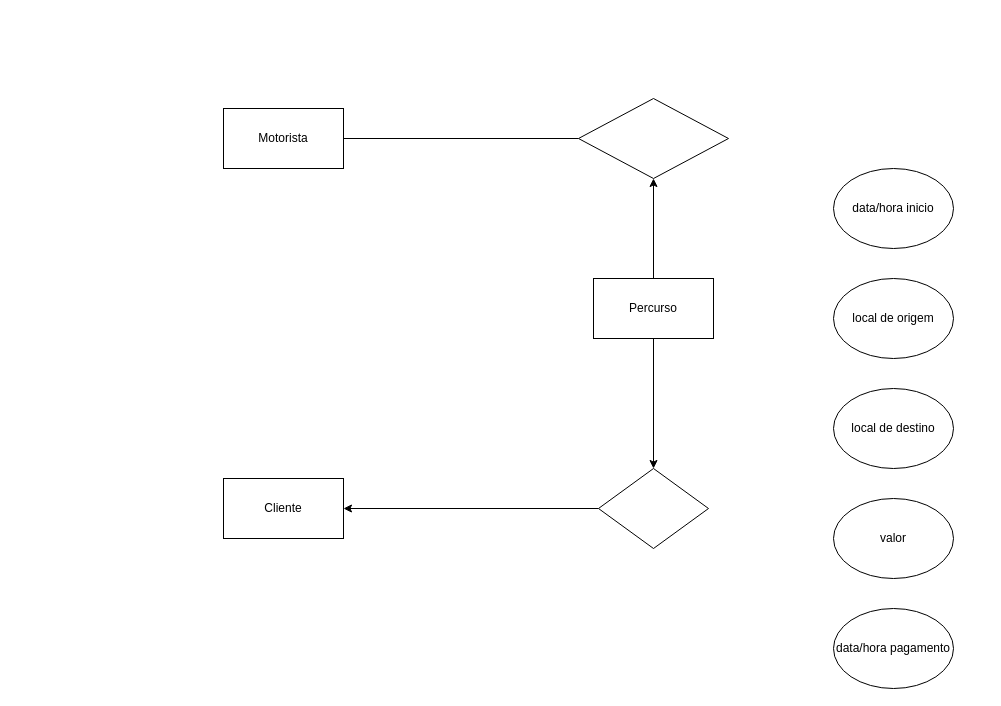
Above: Untitled Diagram.drawio in Natalie9/bes-bd-2020-3 (draw.io), before the change. Source tidied: cells renumbered, new cells numbered last; positions are measured from the earlier drawing's top-left corner, leaving out a move shared by most shapes. Both pictures are drawn from the tidied source at 100%, with x=0, y=0 at pixel (223, 98).
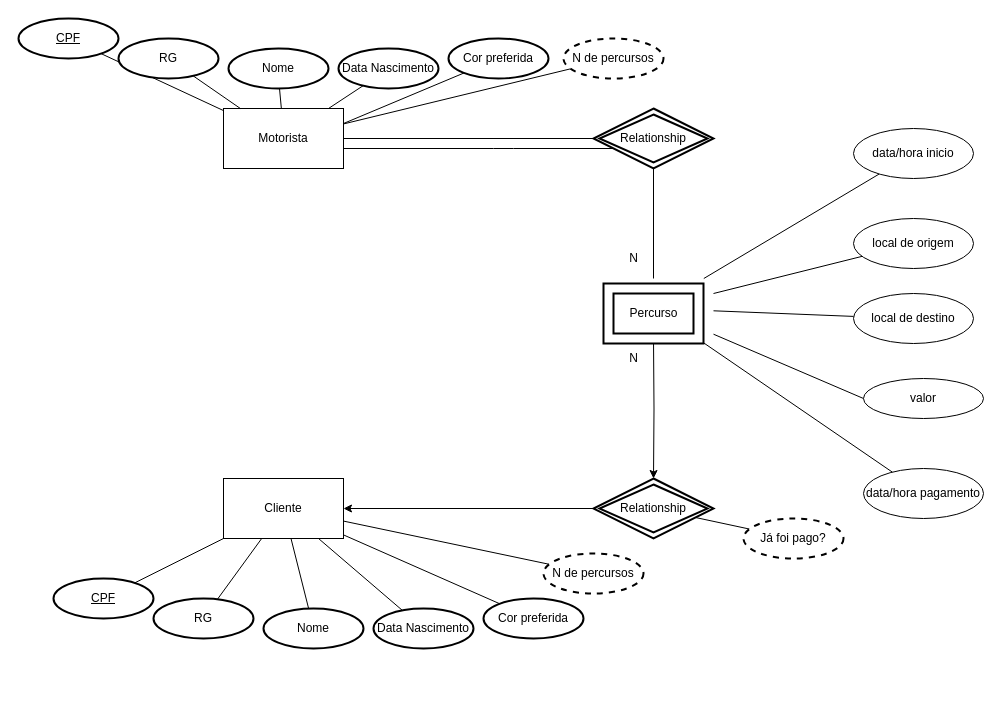
The same page after the edit.

Commit message:
BD Transporte Simples

The change refers to these unchanged cells:
```xml
<mxCell id="5" value="Motorista" style="whiteSpace=wrap;html=1;" parent="1" vertex="1">
  <mxGeometry y="10" width="120" height="60" as="geometry" />
</mxCell>
<mxCell id="6" value="Cliente" style="rounded=0;whiteSpace=wrap;html=1;" parent="1" vertex="1">
  <mxGeometry y="380" width="120" height="60" as="geometry" />
</mxCell>
```

What changed in the source:
```diff
@@
-    <mxCell id="2" style="edgeStyle=orthogonalEdgeStyle;rounded=0;jettySize=auto;html=1;" parent="1" edge="1" source="4" target="8">
-      <mxGeometry relative="1" as="geometry" />
+    <mxCell id="2" style="edgeStyle=orthogonalEdgeStyle;rounded=0;jettySize=auto;html=1;entryX=0.5;entryY=0;entryDx=0;entryDy=0;" parent="1" edge="1" target="24">
+      <mxGeometry relative="1" as="geometry">
+        <mxPoint x="430" y="240" as="sourcePoint" />
+      </mxGeometry>
     </mxCell>
-    <mxCell id="3" style="edgeStyle=orthogonalEdgeStyle;rounded=0;jettySize=auto;html=1;" parent="1" edge="1" source="4" target="15">
-      <mxGeometry relative="1" as="geometry" />
-    </mxCell>
-    <mxCell id="4" value="Percurso" style="rounded=0;whiteSpace=wrap;html=1;" parent="1" vertex="1">
-      <mxGeometry x="370" y="180" width="120" height="60" as="geometry" />
-    </mxCell>
+    <mxCell id="16" style="edgeStyle=none;jettySize=auto;html=1;endArrow=none;" parent="1" edge="1" target="13">
+      <mxGeometry relative="1" as="geometry">
+        <mxPoint x="473.8" y="240" as="sourcePoint" />
+      </mxGeometry>
+    </mxCell>
+    <mxCell id="17" style="edgeStyle=none;jettySize=auto;html=1;endArrow=none;" parent="1" edge="1" target="9">
+      <mxGeometry relative="1" as="geometry">
+        <mxPoint x="480.3" y="180" as="sourcePoint" />
+      </mxGeometry>
+    </mxCell>
+    <mxCell id="18" style="edgeStyle=none;jettySize=auto;html=1;endArrow=none;" parent="1" edge="1" target="10">
+      <mxGeometry relative="1" as="geometry">
+        <mxPoint x="490" y="195" as="sourcePoint" />
+      </mxGeometry>
+    </mxCell>
+    <mxCell id="19" style="edgeStyle=none;jettySize=auto;html=1;endArrow=none;" parent="1" edge="1" target="11">
+      <mxGeometry relative="1" as="geometry">
+        <mxPoint x="490" y="212.3" as="sourcePoint" />
+      </mxGeometry>
+    </mxCell>
+    <mxCell id="20" style="edgeStyle=none;jettySize=auto;html=1;entryX=0;entryY=0.5;entryDx=0;entryDy=0;endArrow=none;" parent="1" edge="1" target="12">
+      <mxGeometry relative="1" as="geometry">
+        <mxPoint x="490" y="235.7" as="sourcePoint" />
+      </mxGeometry>
+    </mxCell>
+    <mxCell id="21" style="edgeStyle=none;jettySize=auto;html=1;endArrow=none;" parent="1" edge="1" target="26">
+      <mxGeometry relative="1" as="geometry">
+        <mxPoint x="430" y="180" as="sourcePoint" />
+      </mxGeometry>
+    </mxCell>
+    <mxCell id="22" style="edgeStyle=none;orthogonalLoop=1;jettySize=auto;html=1;endArrow=none;" parent="1" edge="1">
+      <mxGeometry relative="1" as="geometry">
+        <mxPoint x="120" y="50" as="sourcePoint" />
+        <mxPoint x="400" y="50" as="targetPoint" />
+        <Array as="points">
+          <mxPoint x="280" y="50" />
+        </Array>
+      </mxGeometry>
+    </mxCell>
@@
-    <mxCell id="7" style="edgeStyle=orthogonalEdgeStyle;rounded=0;jettySize=auto;html=1;entryX=1;entryY=0.5;entryDx=0;entryDy=0;" parent="1" edge="1" source="8" target="6">
+    <mxCell id="7" style="edgeStyle=orthogonalEdgeStyle;rounded=0;jettySize=auto;html=1;entryX=1;entryY=0.5;entryDx=0;entryDy=0;exitX=0;exitY=0.5;exitDx=0;exitDy=0;" parent="1" edge="1" source="24" target="6">
       <mxGeometry relative="1" as="geometry" />
     </mxCell>
-    <mxCell id="8" style="rhombus;whiteSpace=wrap;html=1;" parent="1" vertex="1">
-      <mxGeometry x="375" y="370" width="110" height="80" as="geometry" />
-    </mxCell>
     <mxCell id="9" value="data/hora inicio" style="ellipse;whiteSpace=wrap;html=1;" parent="1" vertex="1">
-      <mxGeometry x="610" y="70" width="120" height="80" as="geometry" />
+      <mxGeometry x="630" y="30" width="120" height="50" as="geometry" />
     </mxCell>
     <mxCell id="10" value="local de origem&lt;br&gt;" style="ellipse;whiteSpace=wrap;html=1;" parent="1" vertex="1">
-      <mxGeometry x="610" y="180" width="120" height="80" as="geometry" />
+      <mxGeometry x="630" y="120" width="120" height="50" as="geometry" />
     </mxCell>
     <mxCell id="11" value="local de destino" style="ellipse;whiteSpace=wrap;html=1;" parent="1" vertex="1">
-      <mxGeometry x="610" y="290" width="120" height="80" as="geometry" />
+      <mxGeometry x="630" y="195" width="120" height="50" as="geometry" />
     </mxCell>
     <mxCell id="12" value="valor" style="ellipse;whiteSpace=wrap;html=1;" parent="1" vertex="1">
-      <mxGeometry x="610" y="400" width="120" height="80" as="geometry" />
+      <mxGeometry x="640" y="280" width="120" height="40" as="geometry" />
     </mxCell>
     <mxCell id="13" value="data/hora pagamento" style="ellipse;whiteSpace=wrap;html=1;" parent="1" vertex="1">
-      <mxGeometry x="610" y="510" width="120" height="80" as="geometry" />
+      <mxGeometry x="640" y="370" width="120" height="50" as="geometry" />
     </mxCell>
-    <mxCell id="14" style="endArrow=none;html=1;" parent="1" edge="1" source="5" target="15">
+    <mxCell id="14" style="endArrow=none;html=1;" parent="1" edge="1" source="5" target="26">
       <mxGeometry relative="1" as="geometry" />
     </mxCell>
-    <mxCell id="15" style="rhombus;whiteSpace=wrap;html=1;" parent="1" vertex="1">
-      <mxGeometry x="355" width="150" height="80" as="geometry" />
-    </mxCell>
+    <mxCell id="23" style="edgeStyle=none;jettySize=auto;html=1;endArrow=none;" parent="1" edge="1" source="24" target="49">
+      <mxGeometry relative="1" as="geometry" />
+    </mxCell>
+    <mxCell id="24" value="Relationship" style="shape=rhombus;double=1;perimeter=rhombusPerimeter;whiteSpace=wrap;html=1;align=center;shadow=0;sketch=0;strokeWidth=2;fillColor=#ffffff;" parent="1" vertex="1">
+      <mxGeometry x="370" y="380" width="120" height="60" as="geometry" />
+    </mxCell>
+    <mxCell id="25" value="N" style="text;html=1;align=center;verticalAlign=middle;" parent="1" vertex="1">
+      <mxGeometry x="400" y="250" width="20" height="20" as="geometry" />
+    </mxCell>
+    <mxCell id="26" value="Relationship" style="shape=rhombus;double=1;perimeter=rhombusPerimeter;whiteSpace=wrap;html=1;align=center;shadow=0;sketch=0;strokeWidth=2;fillColor=#ffffff;" parent="1" vertex="1">
+      <mxGeometry x="370" y="10" width="120" height="60" as="geometry" />
+    </mxCell>
+    <mxCell id="27" value="N" style="text;html=1;align=center;verticalAlign=middle;" parent="1" vertex="1">
+      <mxGeometry x="400" y="150" width="20" height="20" as="geometry" />
+    </mxCell>
+    <mxCell id="28" style="verticalLabelPosition=bottom;verticalAlign=top;html=1;shape=mxgraph.basic.frame;dx=10;shadow=0;sketch=0;strokeWidth=2;fillColor=#ffffff;" parent="1" vertex="1">
+      <mxGeometry x="380" y="185" width="100" height="60" as="geometry" />
+    </mxCell>
+    <mxCell id="4" value="Percurso" style="text;html=1;align=center;verticalAlign=middle;points=[];" parent="1" vertex="1">
+      <mxGeometry x="400" y="205" width="60" height="20" as="geometry" />
+    </mxCell>
+    <mxCell id="29" style="edgeStyle=none;jettySize=auto;html=1;endArrow=none;" parent="1" edge="1" source="30" target="6">
+      <mxGeometry relative="1" as="geometry" />
+    </mxCell>
+    <mxCell id="30" value="CPF" style="ellipse;whiteSpace=wrap;html=1;align=center;fontStyle=4;shadow=0;sketch=0;strokeWidth=2;fillColor=#ffffff;" parent="1" vertex="1">
+      <mxGeometry x="-170" y="480" width="100" height="40" as="geometry" />
+    </mxCell>
+    <mxCell id="31" style="edgeStyle=none;jettySize=auto;html=1;endArrow=none;" parent="1" edge="1" source="32" target="6">
+      <mxGeometry relative="1" as="geometry" />
+    </mxCell>
+    <mxCell id="32" value="RG" style="ellipse;whiteSpace=wrap;html=1;align=center;shadow=0;sketch=0;strokeWidth=2;fillColor=#ffffff;" parent="1" vertex="1">
+      <mxGeometry x="-70" y="500" width="100" height="40" as="geometry" />
+    </mxCell>
+    <mxCell id="33" style="edgeStyle=none;jettySize=auto;html=1;endArrow=none;" parent="1" edge="1" source="34" target="6">
+      <mxGeometry relative="1" as="geometry" />
+    </mxCell>
+    <mxCell id="34" value="Nome" style="ellipse;whiteSpace=wrap;html=1;align=center;shadow=0;sketch=0;strokeWidth=2;fillColor=#ffffff;" parent="1" vertex="1">
+      <mxGeometry x="40" y="510" width="100" height="40" as="geometry" />
+    </mxCell>
+    <mxCell id="35" style="edgeStyle=none;jettySize=auto;html=1;endArrow=none;" parent="1" edge="1" source="36" target="6">
+      <mxGeometry relative="1" as="geometry" />
+    </mxCell>
+    <mxCell id="36" value="Data Nascimento" style="ellipse;whiteSpace=wrap;html=1;align=center;shadow=0;sketch=0;strokeWidth=2;fillColor=#ffffff;" parent="1" vertex="1">
+      <mxGeometry x="150" y="510" width="100" height="40" as="geometry" />
+    </mxCell>
+    <mxCell id="37" style="edgeStyle=none;jettySize=auto;html=1;endArrow=none;" parent="1" edge="1" source="38" target="6">
+      <mxGeometry relative="1" as="geometry" />
+    </mxCell>
+    <mxCell id="38" value="Cor preferida" style="ellipse;whiteSpace=wrap;html=1;align=center;shadow=0;sketch=0;strokeWidth=2;fillColor=#ffffff;" parent="1" vertex="1">
+      <mxGeometry x="260" y="500" width="100" height="40" as="geometry" />
+    </mxCell>
+    <mxCell id="39" style="edgeStyle=none;jettySize=auto;html=1;endArrow=none;" parent="1" edge="1" source="40" target="5">
+      <mxGeometry relative="1" as="geometry" />
+    </mxCell>
+    <mxCell id="40" value="CPF" style="ellipse;whiteSpace=wrap;html=1;align=center;fontStyle=4;shadow=0;sketch=0;strokeWidth=2;fillColor=#ffffff;" parent="1" vertex="1">
+      <mxGeometry x="-205" y="-80" width="100" height="40" as="geometry" />
+    </mxCell>
+    <mxCell id="41" style="edgeStyle=none;jettySize=auto;html=1;endArrow=none;" parent="1" edge="1" source="42" target="5">
+      <mxGeometry relative="1" as="geometry" />
+    </mxCell>
+    <mxCell id="42" value="RG" style="ellipse;whiteSpace=wrap;html=1;align=center;shadow=0;sketch=0;strokeWidth=2;fillColor=#ffffff;" parent="1" vertex="1">
+      <mxGeometry x="-105" y="-60" width="100" height="40" as="geometry" />
+    </mxCell>
+    <mxCell id="43" style="edgeStyle=none;jettySize=auto;html=1;endArrow=none;" parent="1" edge="1" source="44" target="5">
+      <mxGeometry relative="1" as="geometry" />
+    </mxCell>
+    <mxCell id="44" value="Nome" style="ellipse;whiteSpace=wrap;html=1;align=center;shadow=0;sketch=0;strokeWidth=2;fillColor=#ffffff;" parent="1" vertex="1">
+      <mxGeometry x="5" y="-50" width="100" height="40" as="geometry" />
+    </mxCell>
+    <mxCell id="45" style="edgeStyle=none;jettySize=auto;html=1;endArrow=none;" parent="1" edge="1" source="46" target="5">
+      <mxGeometry relative="1" as="geometry" />
+    </mxCell>
+    <mxCell id="46" value="Data Nascimento" style="ellipse;whiteSpace=wrap;html=1;align=center;shadow=0;sketch=0;strokeWidth=2;fillColor=#ffffff;" parent="1" vertex="1">
+      <mxGeometry x="115" y="-50" width="100" height="40" as="geometry" />
+    </mxCell>
+    <mxCell id="47" style="edgeStyle=none;jettySize=auto;html=1;entryX=1;entryY=0.25;entryDx=0;entryDy=0;endArrow=none;" parent="1" edge="1" source="48" target="5">
+      <mxGeometry relative="1" as="geometry" />
+    </mxCell>
+    <mxCell id="48" value="Cor preferida" style="ellipse;whiteSpace=wrap;html=1;align=center;shadow=0;sketch=0;strokeWidth=2;fillColor=#ffffff;" parent="1" vertex="1">
+      <mxGeometry x="225" y="-60" width="100" height="40" as="geometry" />
+    </mxCell>
+    <mxCell id="49" value="Já foi pago?" style="ellipse;whiteSpace=wrap;html=1;align=center;dashed=1;shadow=0;sketch=0;strokeWidth=2;fillColor=#ffffff;" parent="1" vertex="1">
+      <mxGeometry x="520" y="420" width="100" height="40" as="geometry" />
+    </mxCell>
+    <mxCell id="50" style="edgeStyle=none;jettySize=auto;html=1;endArrow=none;" parent="1" edge="1" source="51" target="6">
+      <mxGeometry relative="1" as="geometry" />
+    </mxCell>
+    <mxCell id="51" value="N de percursos" style="ellipse;whiteSpace=wrap;html=1;align=center;dashed=1;shadow=0;sketch=0;strokeWidth=2;fillColor=#ffffff;" parent="1" vertex="1">
+      <mxGeometry x="320" y="455" width="100" height="40" as="geometry" />
+    </mxCell>
+    <mxCell id="52" style="edgeStyle=none;jettySize=auto;html=1;endArrow=none;" parent="1" edge="1" source="53" target="5">
+      <mxGeometry relative="1" as="geometry" />
+    </mxCell>
+    <mxCell id="53" value="N de percursos" style="ellipse;whiteSpace=wrap;html=1;align=center;dashed=1;shadow=0;sketch=0;strokeWidth=2;fillColor=#ffffff;" parent="1" vertex="1">
+      <mxGeometry x="340" y="-60" width="100" height="40" as="geometry" />
+    </mxCell>
```
